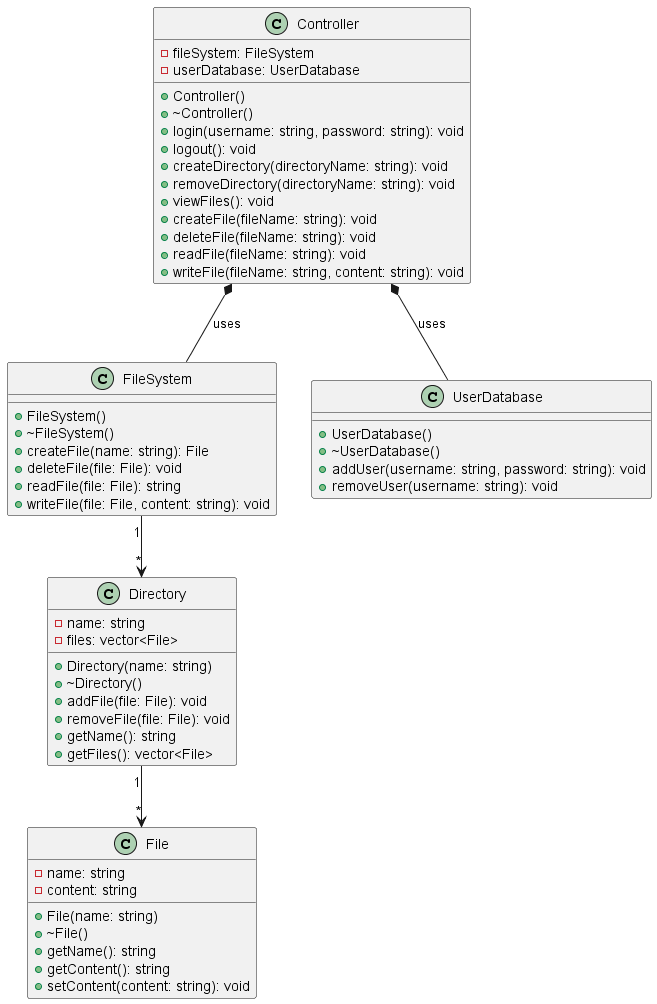
SimosProjects/FileManagementSystem keeps this PlantUML diagram as diagrams/class diagrams/class_diagram.png. Above is the earlier version.
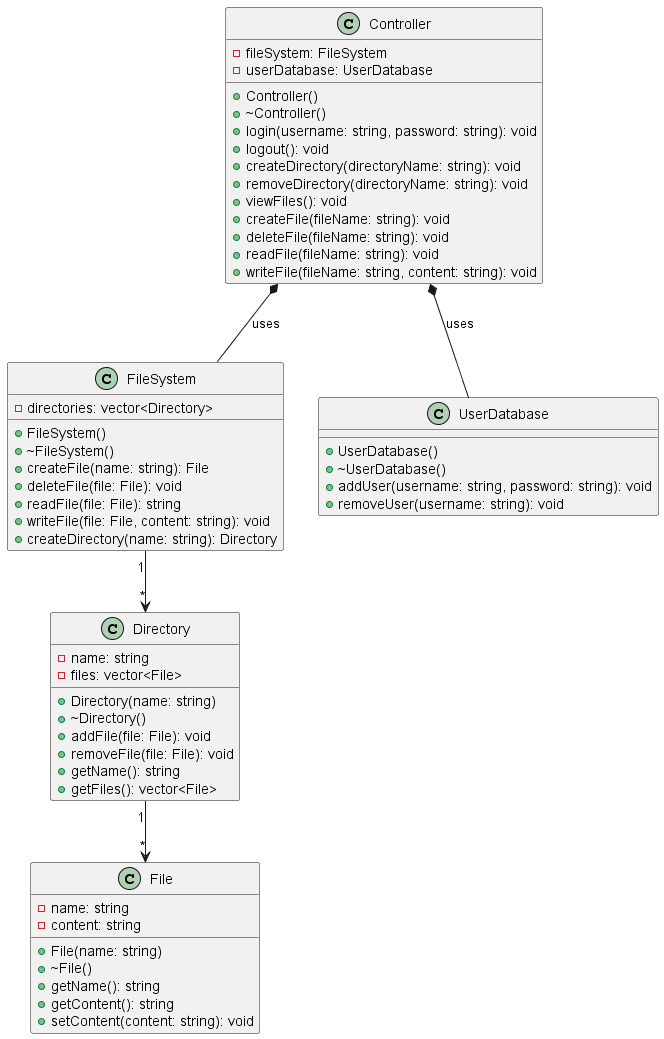
Later version of the same file.

What changed in the source:
```diff
@@ -1,12 +1,14 @@
 @startuml
 
 class FileSystem {
+    - directories: vector<Directory>
     + FileSystem()
     + ~FileSystem()
     + createFile(name: string): File
     + deleteFile(file: File): void
     + readFile(file: File): string
     + writeFile(file: File, content: string): void
+    + createDirectory(name: string): Directory
 }
 
 class Directory {
```
